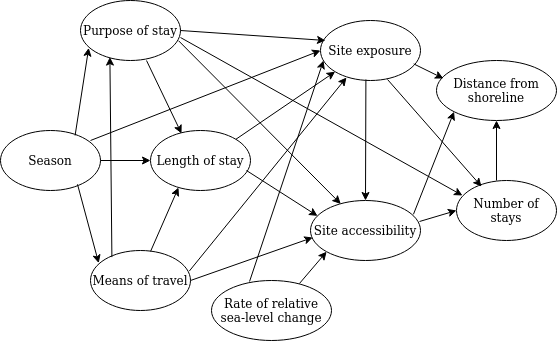
Before: figures/dag_paper1.png, a diagram exported from draw.io (isakro/thesis). Source tidied: cells renumbered, new cells last; positions are measured from the earlier drawing's top-left corner, leaving out a move shared by most shapes.
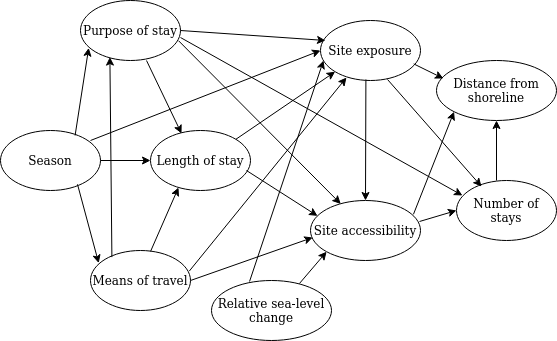
Later version of the same file.

What changed in the source:
```diff
@@ -75,7 +75,7 @@
     <mxCell id="24" style="endArrow=classic;html=1;rounded=0;exitX=0.6;exitY=0.017;exitDx=0;exitDy=0;exitPerimeter=0;entryX=0.28;entryY=0.95;entryDx=0;entryDy=0;entryPerimeter=0;" parent="1" edge="1" source="5" target="4">
       <mxGeometry relative="1" as="geometry" />
     </mxCell>
-    <mxCell id="25" value="Rate of relative sea-level change" style="ellipse;whiteSpace=wrap;html=1;" parent="1" vertex="1">
+    <mxCell id="25" value="Relative sea-level change" style="ellipse;whiteSpace=wrap;html=1;" parent="1" vertex="1">
       <mxGeometry x="211" y="280" width="120" height="60" as="geometry" />
     </mxCell>
     <mxCell id="26" value="Number of stays" style="ellipse;whiteSpace=wrap;html=1;" parent="1" vertex="1">
```
